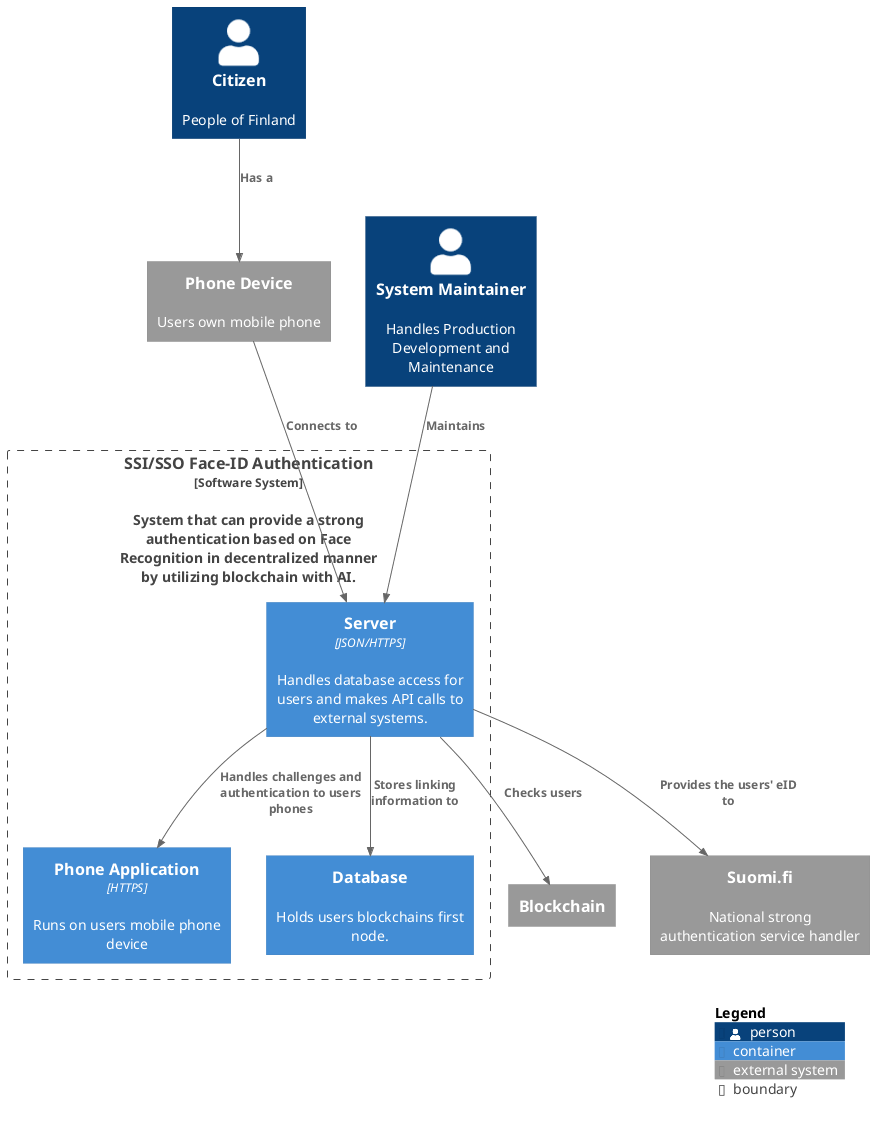
Earlier version of the PlantUML export images/Container.png (Dorfultariant/Architecture_Diagrams). The source it was exported from:
```plantuml
@startuml
!include https://raw.githubusercontent.com/plantuml-stdlib/C4-PlantUML/master/C4_Container.puml

!NO_LAY_ROTATE=1

Person(citizens, "Citizen", "People of Finland")
Person(maintainer, "System Maintainer", "Handles Production Development and Maintenance")

System_Ext(blockchain, "Blockchain", "")
System_Ext(phone_dev, "Phone Device", "Users own mobile phone")
System_Ext(suomifi, "Suomi.fi", "National strong authentication service handler")

Boundary(useless_auth, "SSI/SSO Face-ID Authentication", "Software System", "", "", "System that can provide a strong authentication based on Face Recognition in decentralized manner by utilizing blockchain with AI.") {
    Container(backend, "Server", "JSON/HTTPS", "Handles database access for users and makes API calls to external systems.")
    Container(phoneapp, "Phone Application", "HTTPS", "Runs on users mobile phone device")
    Container(database, "Database", "", "Holds users blockchains first node. ")

    Rel(backend, phoneapp, "Handles challenges and authentication to users phones")
    Rel(backend, database, "Stores linking information to")
}

Rel(maintainer, backend, "Maintains")
Rel(citizens, phone_dev, "Has a")
Rel(phone_dev, backend, "Connects to", "")
Rel(backend, suomifi, "Provides the users' eID to")
Rel(backend, blockchain, "Checks users")

SHOW_LEGEND()

@enduml
```
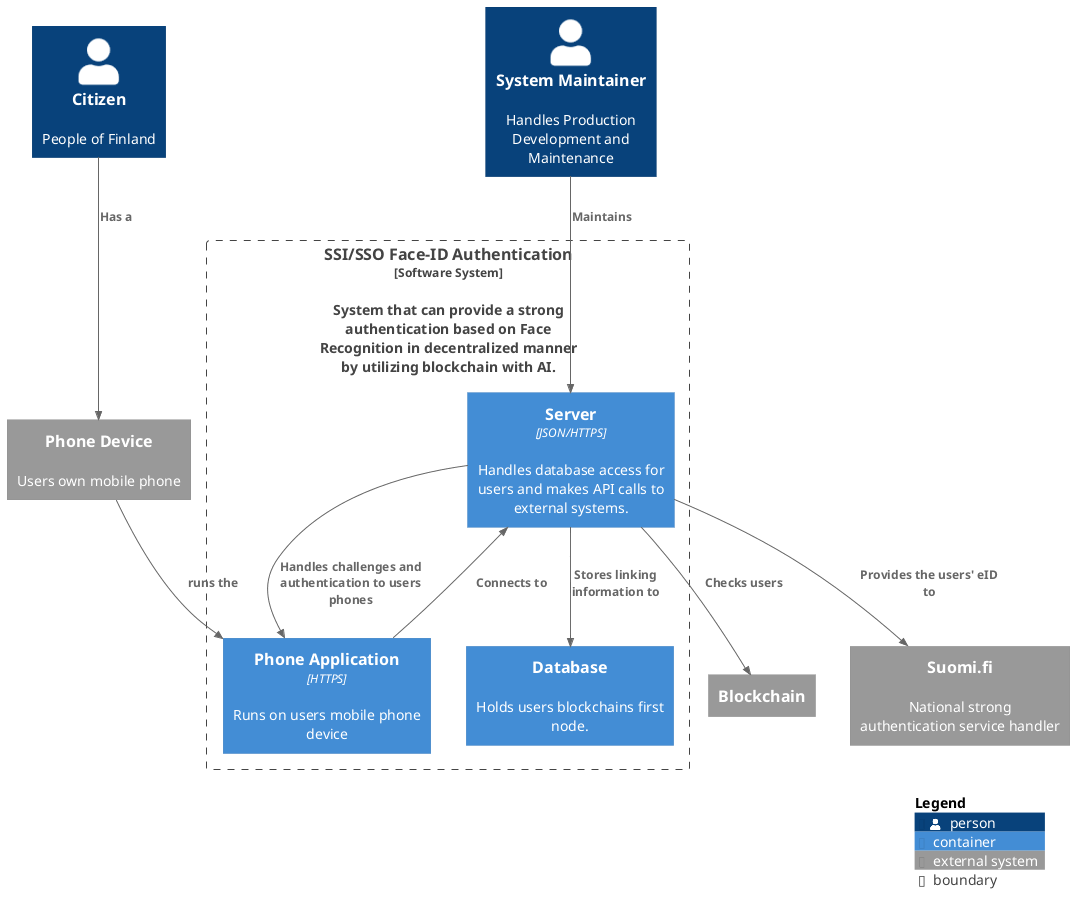
Above is the later version.

The edit, as a diff of the source:
```diff
@@ -21,7 +21,8 @@
 
 Rel(maintainer, backend, "Maintains")
 Rel(citizens, phone_dev, "Has a")
-Rel(phone_dev, backend, "Connects to", "")
+Rel(phone_dev, phoneapp, "runs the", "")
+Rel(phoneapp, backend, "Connects to", "")
 Rel(backend, suomifi, "Provides the users' eID to")
 Rel(backend, blockchain, "Checks users")
 
```
